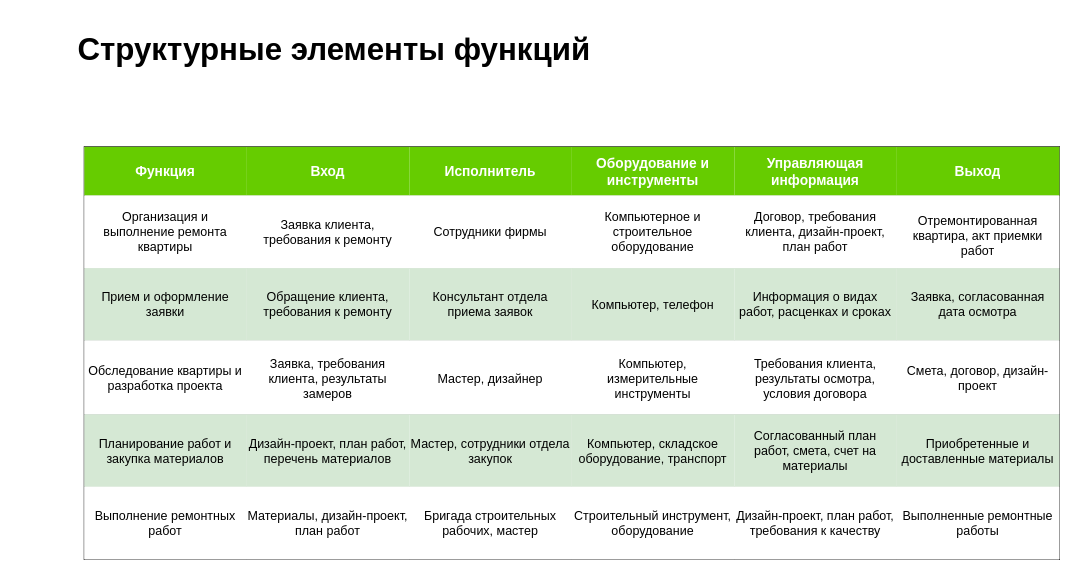
anodev996/uni-works keeps this draw.io diagram as page "3 Структурные элементы" (3 of 4) of sem-5/miabp/lab-1/diagram.drawio. Above is the earlier version. Source tidied: cells renumbered, new cells numbered last; positions are measured from the earlier drawing's top-left corner, leaving out a move shared by most shapes. Both pictures are drawn from the tidied source at 125%, with x=0, y=0 at pixel (21, 21).
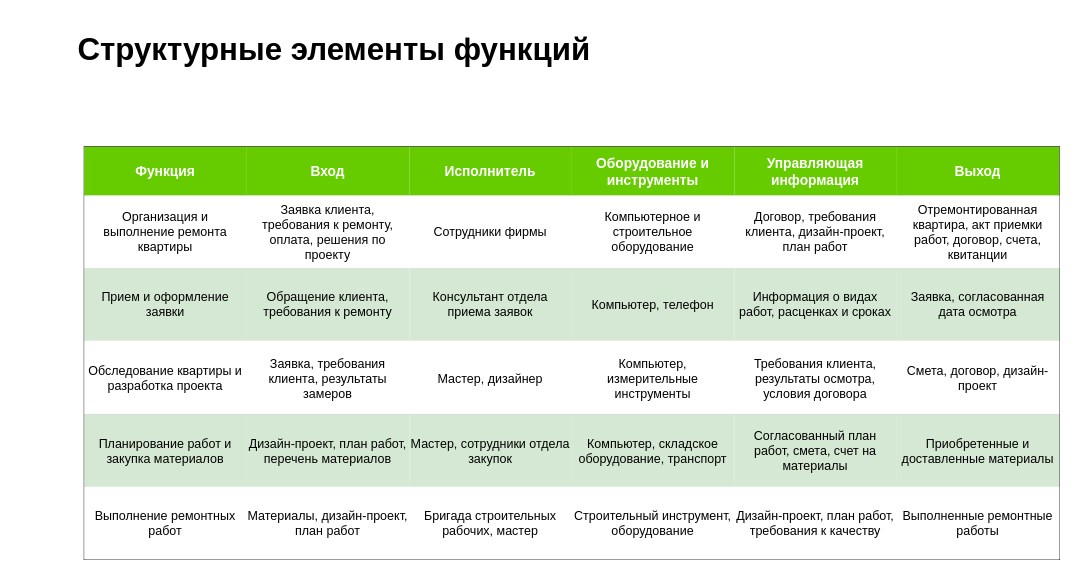
Above is the later version.

The change refers to these unchanged cells:
```xml
<mxCell id="11" style="shape=tableRow;horizontal=0;startSize=0;swimlaneHead=0;swimlaneBody=0;strokeColor=inherit;top=0;left=0;bottom=0;right=0;fillColor=default;fontSize=16;swimlaneFillColor=none;gradientColor=none;" parent="3" vertex="1">
  <mxGeometry y="39" width="780" height="58" as="geometry" />
</mxCell>
```

The edit, as a diff of the source:
```diff
@@
-    <mxCell id="13" value="Заявка клиента, требования к ремонту" style="shape=partialRectangle;html=1;whiteSpace=wrap;strokeColor=inherit;overflow=hidden;fillColor=default;top=0;left=0;bottom=0;right=0;fontSize=10;swimlaneFillColor=none;gradientColor=none;" parent="11" vertex="1">
+    <mxCell id="13" value="Заявка клиента, требования к ремонту, оплата, решения по проекту" style="shape=partialRectangle;html=1;whiteSpace=wrap;strokeColor=inherit;overflow=hidden;fillColor=default;top=0;left=0;bottom=0;right=0;fontSize=10;swimlaneFillColor=none;gradientColor=none;" parent="11" vertex="1">
       <mxGeometry x="130" width="130" height="58" as="geometry" />
     </mxCell>
@@
-    <mxCell id="17" value="&#10;Отремонтированная квартира, акт приемки работ&#10;&#10;" style="shape=partialRectangle;html=1;whiteSpace=wrap;strokeColor=inherit;overflow=hidden;fillColor=default;top=0;left=0;bottom=0;right=0;fontSize=10;swimlaneFillColor=none;gradientColor=none;" parent="11" vertex="1">
+    <mxCell id="17" value="Отремонтированная квартира, акт приемки работ, договор, счета, квитанции" style="shape=partialRectangle;html=1;whiteSpace=wrap;strokeColor=inherit;overflow=hidden;fillColor=default;top=0;left=0;bottom=0;right=0;fontSize=10;swimlaneFillColor=none;gradientColor=none;" parent="11" vertex="1">
       <mxGeometry x="650" width="130" height="58" as="geometry" />
     </mxCell>
```
